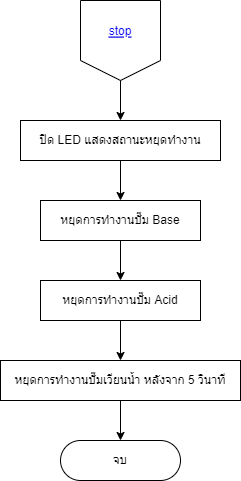
Earlier version of the draw.io export flowcharts/stop.png (thestampr/pHConditioner). Source tidied: cells renumbered, new cells last; positions are measured from the earlier drawing's top-left corner, leaving out a move shared by most shapes. Its diagram source:
```xml
<mxGraphModel background="#ffffff">
  <root>
    <mxCell id="0" />
    <mxCell id="1" parent="0" />
    <mxCell id="2" style="edgeStyle=none;html=1;strokeColor=#000000;fontColor=#000000;endArrow=classic;endFill=1;" parent="1" edge="1" source="3" target="5">
      <mxGeometry relative="1" as="geometry" />
    </mxCell>
    <mxCell id="3" value="หยุดการทำงานปั๊ม Base" style="whiteSpace=wrap;html=1;rounded=0;labelBackgroundColor=none;comic=0;strokeColor=#000000;fontColor=#000000;fillColor=none;" parent="1" vertex="1">
      <mxGeometry x="40" y="200" width="160" height="40" as="geometry" />
    </mxCell>
    <mxCell id="4" style="edgeStyle=none;html=1;strokeColor=#000000;fontColor=#000000;endArrow=classic;endFill=1;" parent="1" edge="1" source="5" target="7">
      <mxGeometry relative="1" as="geometry" />
    </mxCell>
    <mxCell id="5" value="หยุดการทำงานปั๊ม Acid" style="whiteSpace=wrap;html=1;rounded=0;labelBackgroundColor=none;comic=0;strokeColor=#000000;fontColor=#000000;fillColor=none;" parent="1" vertex="1">
      <mxGeometry x="40" y="280" width="160" height="40" as="geometry" />
    </mxCell>
    <mxCell id="6" style="edgeStyle=none;html=1;strokeColor=#000000;fontColor=#000000;endArrow=classic;endFill=1;" parent="1" edge="1" source="7" target="11">
      <mxGeometry relative="1" as="geometry" />
    </mxCell>
    <mxCell id="7" value="หยุดการทำงานปั๊มเวียนน้ำ หลังจาก 5 วินาที" style="whiteSpace=wrap;html=1;rounded=0;labelBackgroundColor=none;comic=0;strokeColor=#000000;fontColor=#000000;fillColor=none;" parent="1" vertex="1">
      <mxGeometry y="360" width="240" height="40" as="geometry" />
    </mxCell>
    <mxCell id="8" style="edgeStyle=none;html=1;strokeColor=#000000;fontColor=#000000;endArrow=classic;endFill=1;" parent="1" edge="1" target="10">
      <mxGeometry relative="1" as="geometry">
        <mxPoint x="120" y="80" as="sourcePoint" />
      </mxGeometry>
    </mxCell>
    <mxCell id="9" style="edgeStyle=none;html=1;strokeColor=#000000;fontColor=#000000;endArrow=classic;endFill=1;" parent="1" edge="1" source="10" target="3">
      <mxGeometry relative="1" as="geometry" />
    </mxCell>
    <mxCell id="10" value="ปิด LED แสดงสถานะหยุดทำงาน" style="whiteSpace=wrap;html=1;fillColor=none;strokeColor=#000000;fontColor=#000000;rounded=0;labelBackgroundColor=none;comic=0;" parent="1" vertex="1">
      <mxGeometry x="20" y="120" width="200" height="40" as="geometry" />
    </mxCell>
    <mxCell id="11" value="จบ" style="rounded=1;whiteSpace=wrap;html=1;fontSize=12;glass=0;strokeWidth=1;shadow=0;arcSize=50;fillColor=none;strokeColor=#000000;fontColor=#000000;" parent="1" vertex="1">
      <mxGeometry x="60" y="440" width="120" height="40" as="geometry" />
    </mxCell>
    <mxCell id="12" style="group;rounded=0;labelBackgroundColor=none;comic=0;strokeColor=none;fontColor=#000000;fillColor=none;" parent="1" vertex="1">
      <mxGeometry x="80" width="80" height="80" as="geometry" />
    </mxCell>
    <mxCell id="13" style="edgeStyle=none;orthogonalLoop=1;jettySize=auto;html=1;strokeColor=#000000;fontColor=#000000;endArrow=none;endFill=0;" parent="12" edge="1">
      <mxGeometry relative="1" as="geometry">
        <mxPoint as="sourcePoint" />
        <mxPoint x="80" as="targetPoint" />
      </mxGeometry>
    </mxCell>
    <mxCell id="14" style="edgeStyle=none;orthogonalLoop=1;jettySize=auto;html=1;strokeColor=#000000;fontColor=#000000;endArrow=none;endFill=0;" parent="12" edge="1">
      <mxGeometry relative="1" as="geometry">
        <mxPoint x="80" as="sourcePoint" />
        <mxPoint x="80" y="60" as="targetPoint" />
      </mxGeometry>
    </mxCell>
    <mxCell id="15" style="edgeStyle=none;orthogonalLoop=1;jettySize=auto;html=1;strokeColor=#000000;fontColor=#000000;endArrow=none;endFill=0;" parent="12" edge="1">
      <mxGeometry relative="1" as="geometry">
        <mxPoint as="sourcePoint" />
        <mxPoint y="60" as="targetPoint" />
      </mxGeometry>
    </mxCell>
    <mxCell id="16" style="edgeStyle=none;orthogonalLoop=1;jettySize=auto;html=1;strokeColor=#000000;fontColor=#000000;endArrow=none;endFill=0;" parent="12" edge="1">
      <mxGeometry relative="1" as="geometry">
        <mxPoint y="60" as="sourcePoint" />
        <mxPoint x="40" y="80" as="targetPoint" />
      </mxGeometry>
    </mxCell>
    <mxCell id="17" style="edgeStyle=none;orthogonalLoop=1;jettySize=auto;html=1;strokeColor=#000000;fontColor=#000000;endArrow=none;endFill=0;" parent="12" edge="1">
      <mxGeometry relative="1" as="geometry">
        <mxPoint x="80" y="60" as="sourcePoint" />
        <mxPoint x="40" y="80" as="targetPoint" />
      </mxGeometry>
    </mxCell>
    <mxCell id="18" value="stop" style="fontColor=#0000EE;fontStyle=4;rounded=1;overflow=hidden;spacing=10;labelBackgroundColor=none;comic=0;strokeColor=none;fillColor=none;" parent="12" vertex="1">
      <mxGeometry x="5" y="10" width="70" height="40" as="geometry" />
    </mxCell>
  </root>
</mxGraphModel>
```
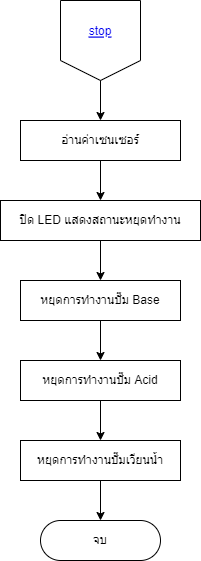
The same file after the commit.

Diff of the diagram source:
```diff
@@ -17,12 +17,12 @@
     <mxCell id="6" style="edgeStyle=none;html=1;strokeColor=#000000;fontColor=#000000;endArrow=classic;endFill=1;" parent="1" edge="1" source="7" target="11">
       <mxGeometry relative="1" as="geometry" />
     </mxCell>
-    <mxCell id="7" value="หยุดการทำงานปั๊มเวียนน้ำ หลังจาก 5 วินาที" style="whiteSpace=wrap;html=1;rounded=0;labelBackgroundColor=none;comic=0;strokeColor=#000000;fontColor=#000000;fillColor=none;" parent="1" vertex="1">
-      <mxGeometry y="360" width="240" height="40" as="geometry" />
+    <mxCell id="7" value="หยุดการทำงานปั๊มเวียนน้ำ" style="whiteSpace=wrap;html=1;rounded=0;labelBackgroundColor=none;comic=0;strokeColor=#000000;fontColor=#000000;fillColor=none;" parent="1" vertex="1">
+      <mxGeometry x="40" y="360" width="160" height="40" as="geometry" />
     </mxCell>
-    <mxCell id="8" style="edgeStyle=none;html=1;strokeColor=#000000;fontColor=#000000;endArrow=classic;endFill=1;" parent="1" edge="1" target="10">
+    <mxCell id="8" style="edgeStyle=none;html=1;strokeColor=#000000;fontColor=#000000;endArrow=classic;endFill=1;entryX=0.5;entryY=0;entryDx=0;entryDy=0;" parent="1" edge="1" target="20">
       <mxGeometry relative="1" as="geometry">
-        <mxPoint x="120" y="80" as="sourcePoint" />
+        <mxPoint x="120" as="sourcePoint" />
       </mxGeometry>
     </mxCell>
     <mxCell id="9" style="edgeStyle=none;html=1;strokeColor=#000000;fontColor=#000000;endArrow=classic;endFill=1;" parent="1" edge="1" source="10" target="3">
@@ -35,7 +35,7 @@
       <mxGeometry x="60" y="440" width="120" height="40" as="geometry" />
     </mxCell>
     <mxCell id="12" style="group;rounded=0;labelBackgroundColor=none;comic=0;strokeColor=none;fontColor=#000000;fillColor=none;" parent="1" vertex="1">
-      <mxGeometry x="80" width="80" height="80" as="geometry" />
+      <mxGeometry x="80" y="-80" width="80" height="80" as="geometry" />
     </mxCell>
     <mxCell id="13" style="edgeStyle=none;orthogonalLoop=1;jettySize=auto;html=1;strokeColor=#000000;fontColor=#000000;endArrow=none;endFill=0;" parent="12" edge="1">
       <mxGeometry relative="1" as="geometry">
@@ -70,5 +70,11 @@
     <mxCell id="18" value="stop" style="fontColor=#0000EE;fontStyle=4;rounded=1;overflow=hidden;spacing=10;labelBackgroundColor=none;comic=0;strokeColor=none;fillColor=none;" parent="12" vertex="1">
       <mxGeometry x="5" y="10" width="70" height="40" as="geometry" />
     </mxCell>
+    <mxCell id="19" style="edgeStyle=none;html=1;strokeColor=#000000;strokeWidth=1;" parent="1" edge="1" source="20" target="10">
+      <mxGeometry relative="1" as="geometry" />
+    </mxCell>
+    <mxCell id="20" value="อ่านค่าเซนเซอร์" style="whiteSpace=wrap;html=1;rounded=0;labelBackgroundColor=none;comic=0;strokeColor=#000000;fontColor=#000000;fillColor=none;" parent="1" vertex="1">
+      <mxGeometry x="40" y="40" width="160" height="40" as="geometry" />
+    </mxCell>
   </root>
 </mxGraphModel>
```
